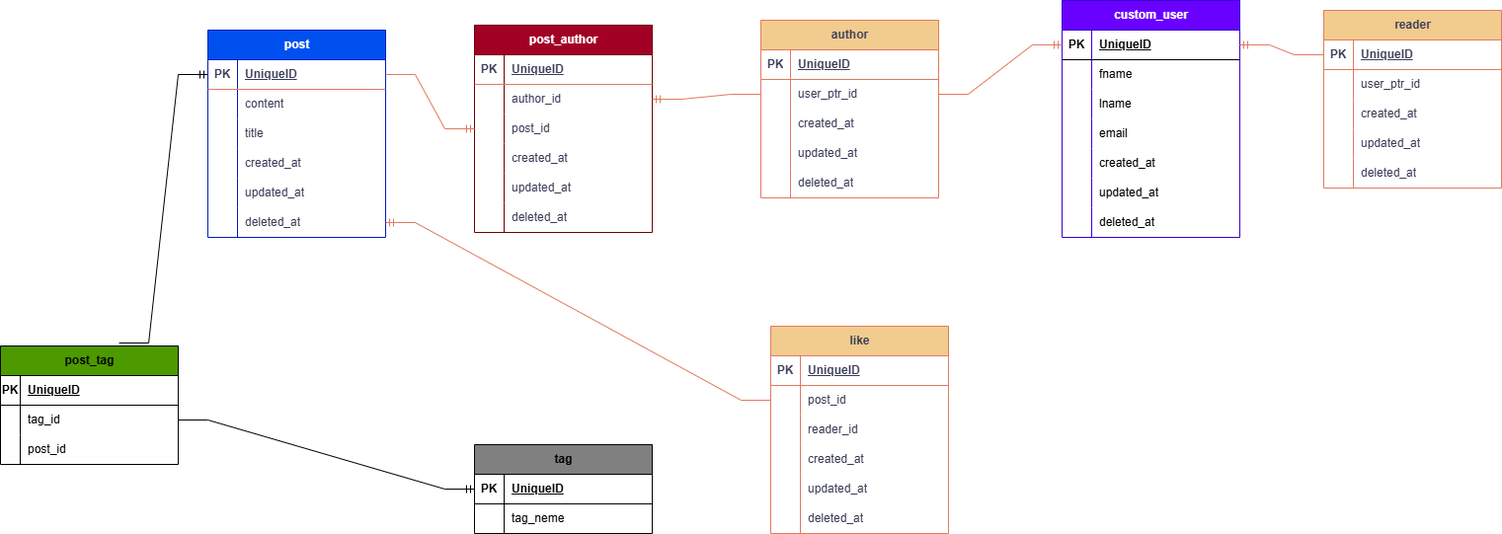
The draw.io diagram BlogApp_ERD.drawio.png in MohammadYeganeFar/Blog_App, before a commit. Source tidied: cells renumbered, new cells last; positions are measured from the earlier drawing's top-left corner, leaving out a move shared by most shapes.
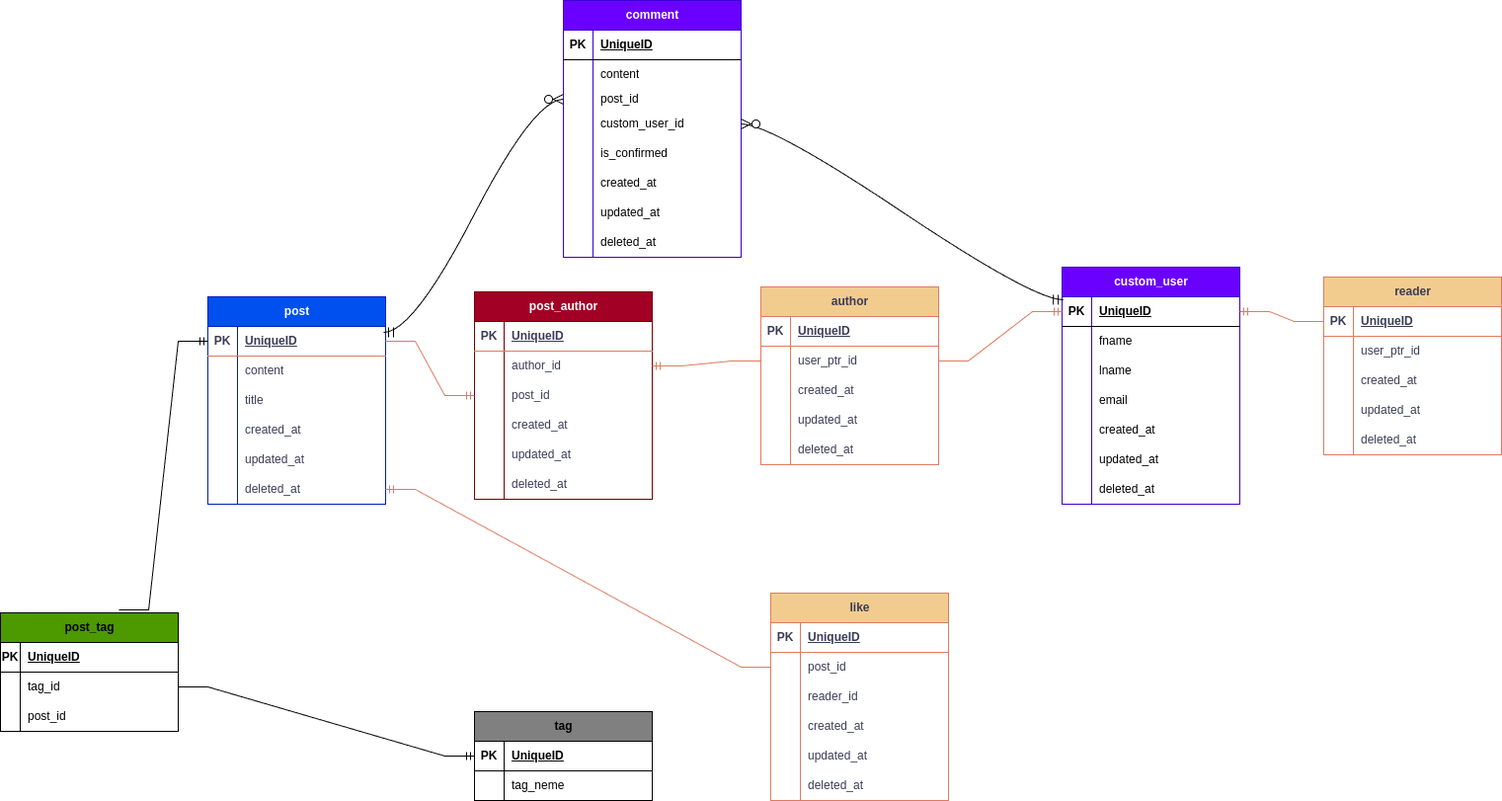
After the change.

Commit message:
Update BlogApp_ERD.drawio.png : ERD for comment added

Diff of the diagram source:
```diff
@@ -421,5 +421,86 @@
         </Array>
       </mxGeometry>
     </mxCell>
+    <mxCell id="137" value="comment" style="shape=table;startSize=30;rowLines=0;fontStyle=1;align=center;html=1;fillColor=#6a00ff;fontColor=#ffffff;strokeColor=#3700CC;" parent="1" vertex="1">
+      <mxGeometry x="570" y="-270" width="180" height="260" as="geometry" />
+    </mxCell>
+    <mxCell id="138" style="shape=tableRow;horizontal=0;startSize=0;swimlaneHead=0;swimlaneBody=0;fillColor=none;top=0;left=0;right=0;bottom=1;" parent="137" vertex="1">
+      <mxGeometry y="30" width="180" height="30" as="geometry" />
+    </mxCell>
+    <mxCell id="139" value="PK" style="shape=partialRectangle;fillColor=none;top=0;left=0;bottom=0;right=0;fontStyle=1;overflow=hidden;whiteSpace=wrap;html=1;" parent="138" vertex="1">
+      <mxGeometry width="30" height="30" as="geometry" />
+    </mxCell>
+    <mxCell id="140" value="UniqueID" style="shape=partialRectangle;fillColor=none;top=0;left=0;bottom=0;right=0;align=left;spacingLeft=6;fontStyle=5;overflow=hidden;whiteSpace=wrap;html=1;" parent="138" vertex="1">
+      <mxGeometry x="30" width="150" height="30" as="geometry" />
+    </mxCell>
+    <mxCell id="141" style="shape=tableRow;horizontal=0;startSize=0;swimlaneHead=0;swimlaneBody=0;fillColor=none;top=0;left=0;right=0;bottom=0;" parent="137" vertex="1">
+      <mxGeometry y="60" width="180" height="30" as="geometry" />
+    </mxCell>
+    <mxCell id="142" style="shape=partialRectangle;fillColor=none;top=0;left=0;bottom=0;right=0;overflow=hidden;whiteSpace=wrap;html=1;" parent="141" vertex="1">
+      <mxGeometry width="30" height="30" as="geometry" />
+    </mxCell>
+    <mxCell id="143" value="content" style="shape=partialRectangle;fillColor=none;top=0;left=0;bottom=0;right=0;align=left;spacingLeft=6;overflow=hidden;whiteSpace=wrap;html=1;" parent="141" vertex="1">
+      <mxGeometry x="30" width="150" height="30" as="geometry" />
+    </mxCell>
+    <mxCell id="144" style="shape=tableRow;horizontal=0;startSize=0;swimlaneHead=0;swimlaneBody=0;fillColor=none;points=[[0,0.5],[1,0.5]];portConstraint=eastwest;top=0;left=0;right=0;bottom=0;" parent="137" vertex="1">
+      <mxGeometry y="90" width="180" height="20" as="geometry" />
+    </mxCell>
+    <mxCell id="145" style="shape=partialRectangle;fillColor=none;top=0;left=0;bottom=0;right=0;overflow=hidden;whiteSpace=wrap;html=1;" parent="144" vertex="1">
+      <mxGeometry width="30" height="20" as="geometry" />
+    </mxCell>
+    <mxCell id="146" value="post_id" style="shape=partialRectangle;fillColor=none;top=0;left=0;bottom=0;right=0;align=left;spacingLeft=6;overflow=hidden;whiteSpace=wrap;html=1;" parent="144" vertex="1">
+      <mxGeometry x="30" width="150" height="20" as="geometry" />
+    </mxCell>
+    <mxCell id="147" style="shape=tableRow;horizontal=0;startSize=0;swimlaneHead=0;swimlaneBody=0;fillColor=none;points=[[0,0.5],[1,0.5]];portConstraint=eastwest;top=0;left=0;right=0;bottom=0;" parent="137" vertex="1">
+      <mxGeometry y="110" width="180" height="30" as="geometry" />
+    </mxCell>
+    <mxCell id="148" style="shape=partialRectangle;fillColor=none;top=0;left=0;bottom=0;right=0;overflow=hidden;whiteSpace=wrap;html=1;" parent="147" vertex="1">
+      <mxGeometry width="30" height="30" as="geometry" />
+    </mxCell>
+    <mxCell id="149" value="custom_user_id" style="shape=partialRectangle;fillColor=none;top=0;left=0;bottom=0;right=0;align=left;spacingLeft=6;overflow=hidden;whiteSpace=wrap;html=1;" parent="147" vertex="1">
+      <mxGeometry x="30" width="150" height="30" as="geometry" />
+    </mxCell>
+    <mxCell id="150" style="shape=tableRow;horizontal=0;startSize=0;swimlaneHead=0;swimlaneBody=0;fillColor=none;top=0;left=0;right=0;bottom=0;" parent="137" vertex="1">
+      <mxGeometry y="140" width="180" height="30" as="geometry" />
+    </mxCell>
+    <mxCell id="151" style="shape=partialRectangle;fillColor=none;top=0;left=0;bottom=0;right=0;overflow=hidden;whiteSpace=wrap;html=1;" parent="150" vertex="1">
+      <mxGeometry width="30" height="30" as="geometry" />
+    </mxCell>
+    <mxCell id="152" value="is_confirmed" style="shape=partialRectangle;fillColor=none;top=0;left=0;bottom=0;right=0;align=left;spacingLeft=6;overflow=hidden;whiteSpace=wrap;html=1;" parent="150" vertex="1">
+      <mxGeometry x="30" width="150" height="30" as="geometry" />
+    </mxCell>
+    <mxCell id="153" style="shape=tableRow;horizontal=0;startSize=0;swimlaneHead=0;swimlaneBody=0;fillColor=none;top=0;left=0;right=0;bottom=0;" parent="137" vertex="1">
+      <mxGeometry y="170" width="180" height="30" as="geometry" />
+    </mxCell>
+    <mxCell id="154" style="shape=partialRectangle;fillColor=none;top=0;left=0;bottom=0;right=0;overflow=hidden;whiteSpace=wrap;html=1;" parent="153" vertex="1">
+      <mxGeometry width="30" height="30" as="geometry" />
+    </mxCell>
+    <mxCell id="155" value="created_at" style="shape=partialRectangle;fillColor=none;top=0;left=0;bottom=0;right=0;align=left;spacingLeft=6;overflow=hidden;whiteSpace=wrap;html=1;" parent="153" vertex="1">
+      <mxGeometry x="30" width="150" height="30" as="geometry" />
+    </mxCell>
+    <mxCell id="156" style="shape=tableRow;horizontal=0;startSize=0;swimlaneHead=0;swimlaneBody=0;fillColor=none;top=0;left=0;right=0;bottom=0;" parent="137" vertex="1">
+      <mxGeometry y="200" width="180" height="30" as="geometry" />
+    </mxCell>
+    <mxCell id="157" style="shape=partialRectangle;fillColor=none;top=0;left=0;bottom=0;right=0;overflow=hidden;whiteSpace=wrap;html=1;" parent="156" vertex="1">
+      <mxGeometry width="30" height="30" as="geometry" />
+    </mxCell>
+    <mxCell id="158" value="updated_at" style="shape=partialRectangle;fillColor=none;top=0;left=0;bottom=0;right=0;align=left;spacingLeft=6;overflow=hidden;whiteSpace=wrap;html=1;" parent="156" vertex="1">
+      <mxGeometry x="30" width="150" height="30" as="geometry" />
+    </mxCell>
+    <mxCell id="159" style="shape=tableRow;horizontal=0;startSize=0;swimlaneHead=0;swimlaneBody=0;fillColor=none;top=0;left=0;right=0;bottom=0;" parent="137" vertex="1">
+      <mxGeometry y="230" width="180" height="30" as="geometry" />
+    </mxCell>
+    <mxCell id="160" style="shape=partialRectangle;fillColor=none;top=0;left=0;bottom=0;right=0;overflow=hidden;whiteSpace=wrap;html=1;" parent="159" vertex="1">
+      <mxGeometry width="30" height="30" as="geometry" />
+    </mxCell>
+    <mxCell id="161" value="deleted_at" style="shape=partialRectangle;fillColor=none;top=0;left=0;bottom=0;right=0;align=left;spacingLeft=6;overflow=hidden;whiteSpace=wrap;html=1;" parent="159" vertex="1">
+      <mxGeometry x="30" width="150" height="30" as="geometry" />
+    </mxCell>
+    <mxCell id="162" style="edgeStyle=entityRelationEdgeStyle;fontSize=12;html=1;endArrow=ERzeroToMany;startArrow=ERmandOne;rounded=0;startSize=8;endSize=8;curved=1;exitX=0.006;exitY=0.1;exitDx=0;exitDy=0;exitPerimeter=0;" parent="1" edge="1" source="19" target="147">
+      <mxGeometry relative="1" as="geometry" />
+    </mxCell>
+    <mxCell id="163" style="edgeStyle=entityRelationEdgeStyle;fontSize=12;html=1;endArrow=ERzeroToMany;startArrow=ERmandOne;rounded=0;startSize=8;endSize=8;curved=1;exitX=0.989;exitY=0.2;exitDx=0;exitDy=0;exitPerimeter=0;" parent="1" edge="1" source="42" target="144">
+      <mxGeometry relative="1" as="geometry" />
+    </mxCell>
   </root>
 </mxGraphModel>
```
